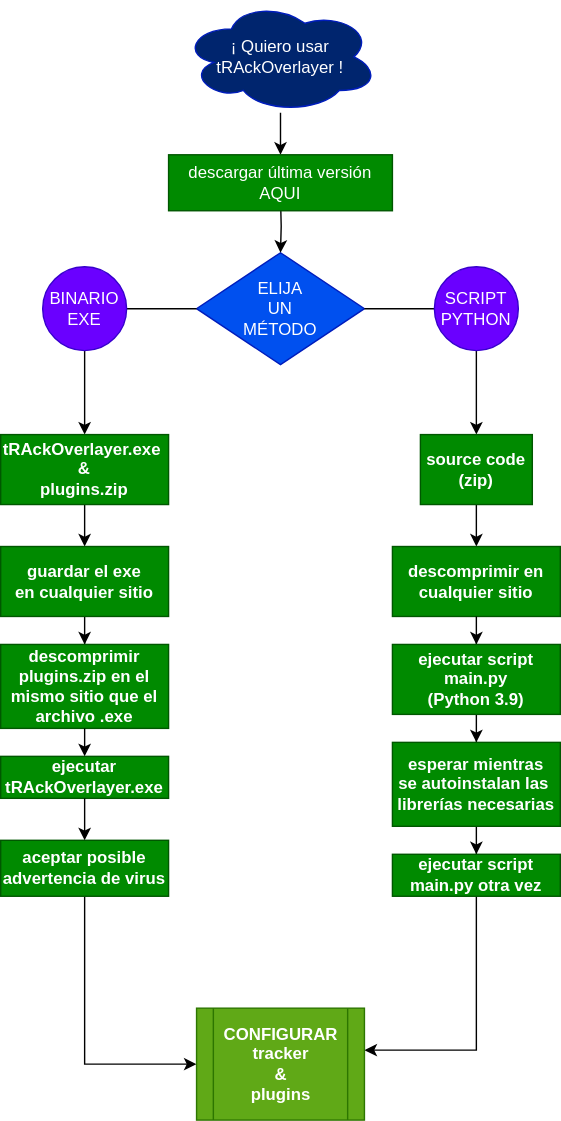
Earlier version of the draw.io export doc/how-to-install.svg (pinakure/TrackOverlayer). Source tidied: cells renumbered, new cells last; positions are measured from the earlier drawing's top-left corner, leaving out a move shared by most shapes. Its diagram source:
```xml
<mxGraphModel>
  <root>
    <mxCell id="0" />
    <mxCell id="1" parent="0" />
    <mxCell id="2" value="ELIJA&lt;br&gt;UN&lt;br&gt;MÉTODO" style="rhombus;whiteSpace=wrap;html=1;fillColor=#0050ef;fontColor=#ffffff;strokeColor=#001DBC;" parent="1" vertex="1">
      <mxGeometry x="140" y="180" width="120" height="80" as="geometry" />
    </mxCell>
    <mxCell id="3" style="endArrow=classic;html=1;rounded=0;exitX=0;exitY=0.5;exitDx=0;exitDy=0;entryX=0.5;entryY=0;entryDx=0;entryDy=0;" parent="1" edge="1" source="2" target="12">
      <mxGeometry relative="1" as="geometry">
        <Array as="points">
          <mxPoint x="60" y="220" />
        </Array>
      </mxGeometry>
    </mxCell>
    <mxCell id="4" value="BINARIO&lt;br&gt;EXE" style="ellipse;whiteSpace=wrap;html=1;fillColor=#6a00ff;fontColor=#ffffff;strokeColor=#3700CC;" parent="1" vertex="1">
      <mxGeometry x="30" y="190" width="60" height="60" as="geometry" />
    </mxCell>
    <mxCell id="5" style="endArrow=classic;html=1;rounded=0;exitX=1;exitY=0.5;exitDx=0;exitDy=0;entryX=0.5;entryY=0;entryDx=0;entryDy=0;" parent="1" edge="1" source="2" target="14">
      <mxGeometry relative="1" as="geometry">
        <Array as="points">
          <mxPoint x="340" y="220" />
        </Array>
      </mxGeometry>
    </mxCell>
    <mxCell id="6" value="SCRIPT&lt;br&gt;PYTHON" style="ellipse;whiteSpace=wrap;html=1;fillColor=#6a00ff;fontColor=#ffffff;strokeColor=#3700CC;" parent="1" vertex="1">
      <mxGeometry x="310" y="190" width="60" height="60" as="geometry" />
    </mxCell>
    <mxCell id="7" style="edgeStyle=orthogonalEdgeStyle;rounded=0;jettySize=auto;html=1;" parent="1" edge="1" target="2">
      <mxGeometry relative="1" as="geometry">
        <mxPoint x="200" y="140" as="sourcePoint" />
      </mxGeometry>
    </mxCell>
    <mxCell id="8" style="edgeStyle=orthogonalEdgeStyle;rounded=0;jettySize=auto;html=1;" parent="1" edge="1" source="9" target="10">
      <mxGeometry relative="1" as="geometry" />
    </mxCell>
    <mxCell id="9" value="¡ Quiero usar&lt;br&gt;tRAckOverlayer !" style="ellipse;shape=cloud;whiteSpace=wrap;html=1;fillColor=#00256E;fontColor=#ffffff;strokeColor=#001DBC;" parent="1" vertex="1">
      <mxGeometry x="130" width="140" height="80" as="geometry" />
    </mxCell>
    <mxCell id="10" value="descargar última versión AQUI" style="rounded=0;whiteSpace=wrap;html=1;fillColor=#008a00;fontColor=#ffffff;strokeColor=#005700;" parent="1" vertex="1">
      <mxGeometry x="120" y="110" width="160" height="40" as="geometry" />
    </mxCell>
    <mxCell id="11" style="edgeStyle=orthogonalEdgeStyle;rounded=0;jettySize=auto;html=1;" parent="1" edge="1" source="12" target="16">
      <mxGeometry relative="1" as="geometry" />
    </mxCell>
    <mxCell id="12" value="&lt;b style=&quot;border-color: var(--border-color);&quot;&gt;tRAckOverlayer.exe&amp;nbsp;&lt;br&gt;&amp;amp;&lt;br&gt;plugins.zip&lt;br&gt;&lt;/b&gt;" style="rounded=0;whiteSpace=wrap;html=1;fillColor=#008a00;fontColor=#ffffff;strokeColor=#005700;" parent="1" vertex="1">
      <mxGeometry y="310" width="120" height="50" as="geometry" />
    </mxCell>
    <mxCell id="13" style="edgeStyle=orthogonalEdgeStyle;rounded=0;jettySize=auto;html=1;" parent="1" edge="1" source="14" target="19">
      <mxGeometry relative="1" as="geometry" />
    </mxCell>
    <mxCell id="14" value="&lt;b style=&quot;border-color: var(--border-color);&quot;&gt;source code (zip)&lt;/b&gt;" style="rounded=0;whiteSpace=wrap;html=1;fillColor=#008a00;fontColor=#ffffff;strokeColor=#005700;" parent="1" vertex="1">
      <mxGeometry x="300" y="310" width="80" height="50" as="geometry" />
    </mxCell>
    <mxCell id="15" style="edgeStyle=orthogonalEdgeStyle;rounded=0;jettySize=auto;html=1;" parent="1" edge="1" source="16" target="17">
      <mxGeometry relative="1" as="geometry" />
    </mxCell>
    <mxCell id="16" value="&lt;b style=&quot;border-color: var(--border-color);&quot;&gt;guardar el exe&lt;br&gt;en cualquier sitio&lt;br&gt;&lt;/b&gt;" style="rounded=0;whiteSpace=wrap;html=1;fillColor=#008a00;fontColor=#ffffff;strokeColor=#005700;" parent="1" vertex="1">
      <mxGeometry y="390" width="120" height="50" as="geometry" />
    </mxCell>
    <mxCell id="17" value="&lt;b style=&quot;border-color: var(--border-color);&quot;&gt;descomprimir plugins.zip en el&lt;br&gt;mismo sitio que el&lt;br&gt;archivo .exe&lt;br&gt;&lt;/b&gt;" style="rounded=0;whiteSpace=wrap;html=1;fillColor=#008a00;fontColor=#ffffff;strokeColor=#005700;" parent="1" vertex="1">
      <mxGeometry y="460" width="120" height="60" as="geometry" />
    </mxCell>
    <mxCell id="18" style="edgeStyle=orthogonalEdgeStyle;rounded=0;jettySize=auto;html=1;" parent="1" edge="1" source="23" target="21">
      <mxGeometry relative="1" as="geometry" />
    </mxCell>
    <mxCell id="19" value="&lt;b style=&quot;border-color: var(--border-color);&quot;&gt;descomprimir en&lt;br&gt;cualquier sitio&lt;br&gt;&lt;/b&gt;" style="rounded=0;whiteSpace=wrap;html=1;fillColor=#008a00;fontColor=#ffffff;strokeColor=#005700;" parent="1" vertex="1">
      <mxGeometry x="280" y="390" width="120" height="50" as="geometry" />
    </mxCell>
    <mxCell id="20" style="edgeStyle=orthogonalEdgeStyle;rounded=0;jettySize=auto;html=1;" parent="1" edge="1" source="21" target="30">
      <mxGeometry relative="1" as="geometry" />
    </mxCell>
    <mxCell id="21" value="&lt;b style=&quot;border-color: var(--border-color);&quot;&gt;esperar mientras&lt;br&gt;se autoinstalan las&amp;nbsp;&lt;br&gt;librerías necesarias&lt;br&gt;&lt;/b&gt;" style="rounded=0;whiteSpace=wrap;html=1;fillColor=#008a00;fontColor=#ffffff;strokeColor=#005700;" parent="1" vertex="1">
      <mxGeometry x="280" y="530" width="120" height="60" as="geometry" />
    </mxCell>
    <mxCell id="22" style="edgeStyle=orthogonalEdgeStyle;rounded=0;jettySize=auto;html=1;" parent="1" edge="1" source="19" target="23">
      <mxGeometry relative="1" as="geometry" />
    </mxCell>
    <mxCell id="23" value="&lt;b style=&quot;border-color: var(--border-color);&quot;&gt;ejecutar script main.py&lt;br&gt;(Python 3.9)&lt;br&gt;&lt;/b&gt;" style="rounded=0;whiteSpace=wrap;html=1;fillColor=#008a00;fontColor=#ffffff;strokeColor=#005700;" parent="1" vertex="1">
      <mxGeometry x="280" y="460" width="120" height="50" as="geometry" />
    </mxCell>
    <mxCell id="24" value="&lt;b style=&quot;border-color: var(--border-color);&quot;&gt;ejecutar&lt;br&gt;tRAckOverlayer.exe&lt;br&gt;&lt;/b&gt;" style="rounded=0;whiteSpace=wrap;html=1;fillColor=#008a00;fontColor=#ffffff;strokeColor=#005700;" parent="1" vertex="1">
      <mxGeometry y="540" width="120" height="30" as="geometry" />
    </mxCell>
    <mxCell id="25" style="edgeStyle=orthogonalEdgeStyle;rounded=0;jettySize=auto;html=1;entryX=0.5;entryY=0;entryDx=0;entryDy=0;exitX=0.5;exitY=1;exitDx=0;exitDy=0;" parent="1" edge="1" source="17" target="24">
      <mxGeometry relative="1" as="geometry" />
    </mxCell>
    <mxCell id="26" style="edgeStyle=orthogonalEdgeStyle;rounded=0;jettySize=auto;html=1;exitX=0.5;exitY=1;exitDx=0;exitDy=0;entryX=0;entryY=0.5;entryDx=0;entryDy=0;" parent="1" edge="1" source="27" target="31">
      <mxGeometry relative="1" as="geometry" />
    </mxCell>
    <mxCell id="27" value="&lt;b style=&quot;border-color: var(--border-color);&quot;&gt;aceptar posible&lt;br&gt;advertencia de virus&lt;br&gt;&lt;/b&gt;" style="rounded=0;whiteSpace=wrap;html=1;fillColor=#008a00;fontColor=#ffffff;strokeColor=#005700;" parent="1" vertex="1">
      <mxGeometry y="600" width="120" height="40" as="geometry" />
    </mxCell>
    <mxCell id="28" style="edgeStyle=orthogonalEdgeStyle;rounded=0;jettySize=auto;html=1;entryX=0.5;entryY=0;entryDx=0;entryDy=0;" parent="1" edge="1" target="27">
      <mxGeometry relative="1" as="geometry">
        <mxPoint x="60" y="570" as="sourcePoint" />
      </mxGeometry>
    </mxCell>
    <mxCell id="29" style="edgeStyle=orthogonalEdgeStyle;rounded=0;jettySize=auto;html=1;entryX=1;entryY=0.5;entryDx=0;entryDy=0;" parent="1" edge="1" source="30">
      <mxGeometry relative="1" as="geometry">
        <mxPoint x="260" y="750" as="targetPoint" />
        <Array as="points">
          <mxPoint x="340" y="750" />
        </Array>
      </mxGeometry>
    </mxCell>
    <mxCell id="30" value="&lt;b style=&quot;border-color: var(--border-color);&quot;&gt;ejecutar script main.py otra vez&lt;br&gt;&lt;/b&gt;" style="rounded=0;whiteSpace=wrap;html=1;fillColor=#008a00;fontColor=#ffffff;strokeColor=#005700;" parent="1" vertex="1">
      <mxGeometry x="280" y="610" width="120" height="30" as="geometry" />
    </mxCell>
    <mxCell id="31" value="&lt;b style=&quot;border-color: var(--border-color);&quot;&gt;CONFIGURAR&lt;br&gt;tracker&lt;br&gt;&amp;amp;&lt;br&gt;plugins&lt;br&gt;&lt;/b&gt;" style="shape=process;whiteSpace=wrap;html=1;backgroundOutline=1;fillColor=#60a917;strokeColor=#2D7600;fontColor=#ffffff;" parent="1" vertex="1">
      <mxGeometry x="140" y="720" width="120" height="80" as="geometry" />
    </mxCell>
  </root>
</mxGraphModel>
```
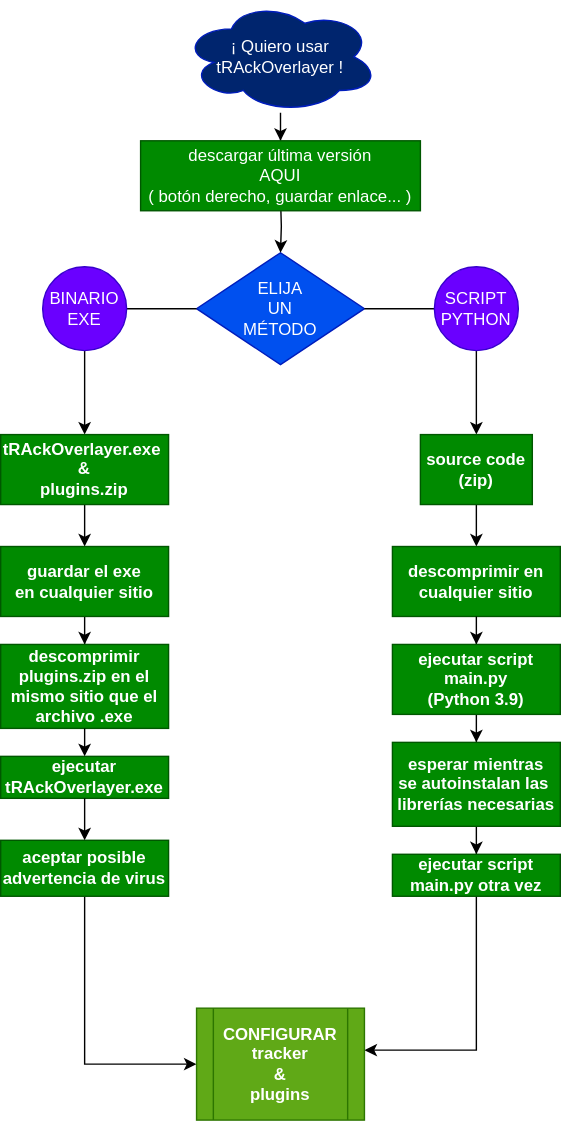
Above is the later version.

Change to the diagram source:
```diff
@@ -36,8 +36,8 @@
     <mxCell id="9" value="¡ Quiero usar&lt;br&gt;tRAckOverlayer !" style="ellipse;shape=cloud;whiteSpace=wrap;html=1;fillColor=#00256E;fontColor=#ffffff;strokeColor=#001DBC;" parent="1" vertex="1">
       <mxGeometry x="130" width="140" height="80" as="geometry" />
     </mxCell>
-    <mxCell id="10" value="descargar última versión AQUI" style="rounded=0;whiteSpace=wrap;html=1;fillColor=#008a00;fontColor=#ffffff;strokeColor=#005700;" parent="1" vertex="1">
-      <mxGeometry x="120" y="110" width="160" height="40" as="geometry" />
+    <mxCell id="10" value="descargar última versión &lt;br&gt;AQUI &lt;br&gt;( botón derecho, guardar enlace... )" style="rounded=0;whiteSpace=wrap;html=1;fillColor=#008a00;fontColor=#ffffff;strokeColor=#005700;" parent="1" vertex="1">
+      <mxGeometry x="100" y="100" width="200" height="50" as="geometry" />
     </mxCell>
     <mxCell id="11" style="edgeStyle=orthogonalEdgeStyle;rounded=0;jettySize=auto;html=1;" parent="1" edge="1" source="12" target="16">
       <mxGeometry relative="1" as="geometry" />
```
